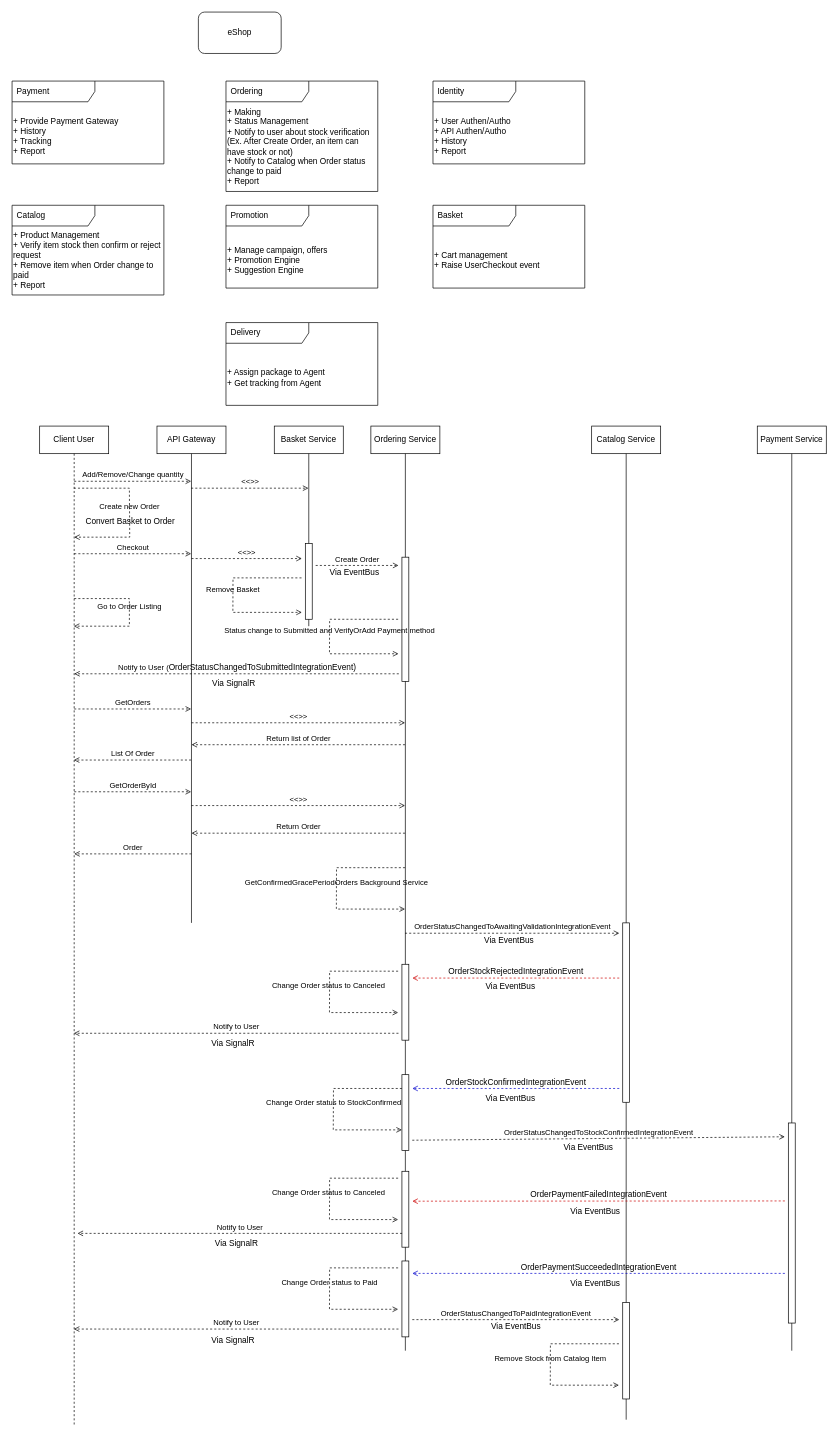
Earlier version of the draw.io diagram page "Bounded Context" (1 of 2) of documents/DomainDrivenDesign.drawio (QuyenOrion/OrionEShopOnContainers). Source tidied: cells renumbered, new cells numbered last; positions are measured from the earlier drawing's top-left corner, leaving out a move shared by most shapes. Both pictures are drawn from the tidied source at 69%, with x=0, y=0 at pixel (12, 12).
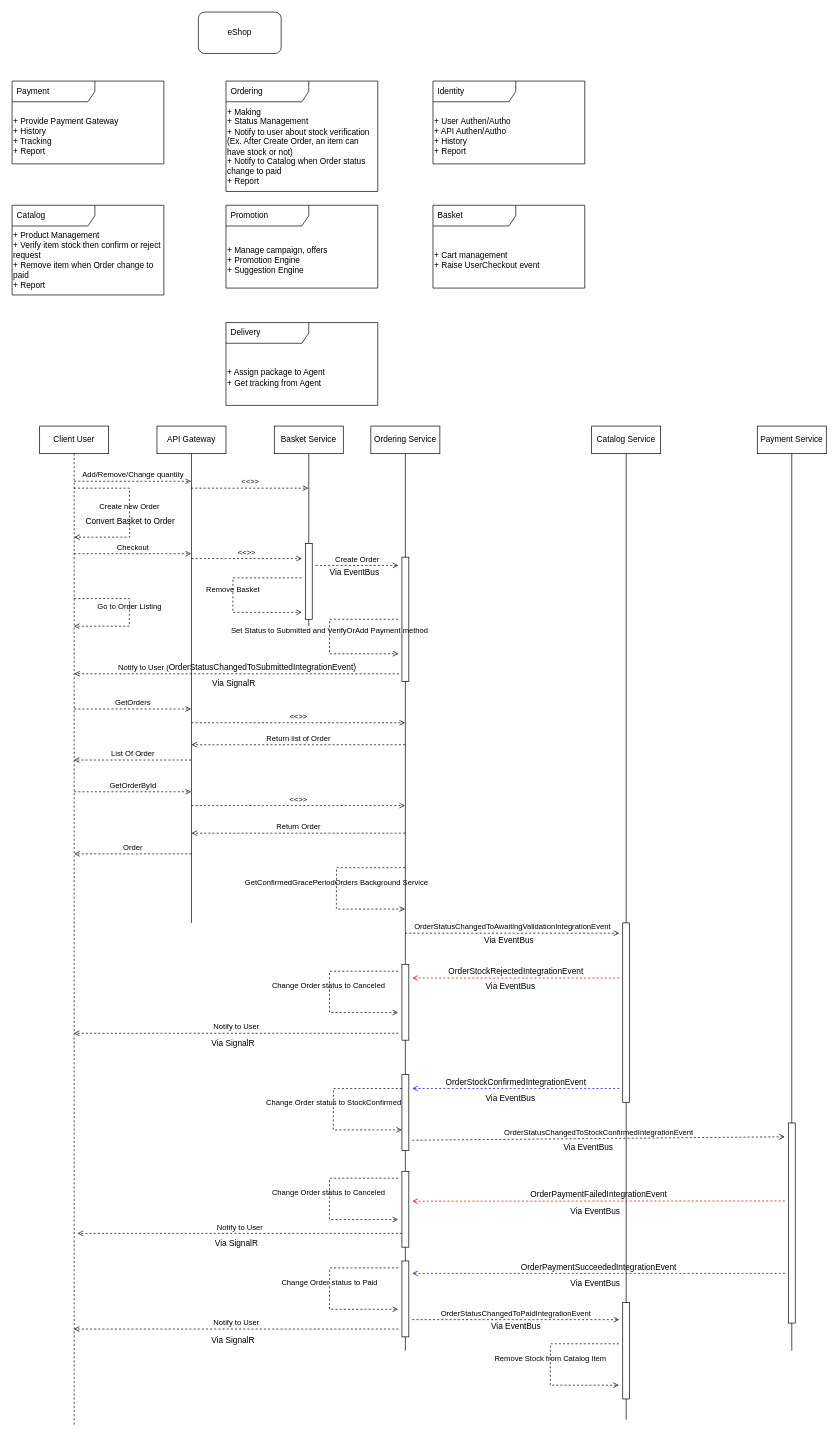
After the change.

The edit, as a diff of the source:
```diff
@@
-    <mxCell id="75" value="Status change to Submitted and VerifyOrAdd Payment method" style="endArrow=open;html=1;rounded=0;align=center;verticalAlign=bottom;dashed=1;endFill=0;labelBackgroundColor=none;" parent="1" edge="1">
+    <mxCell id="75" value="Set Status to Submitted and VerifyOrAdd Payment method" style="endArrow=open;html=1;rounded=0;align=center;verticalAlign=bottom;dashed=1;endFill=0;labelBackgroundColor=none;" parent="1" edge="1">
       <mxGeometry relative="1" as="geometry">
         <mxPoint x="559.5" y="880" as="sourcePoint" />
         <mxPoint x="560" y="930" as="targetPoint" />
         <Array as="points">
           <mxPoint x="460.2" y="880" />
           <mxPoint x="460" y="930" />
         </Array>
       </mxGeometry>
     </mxCell>
```
